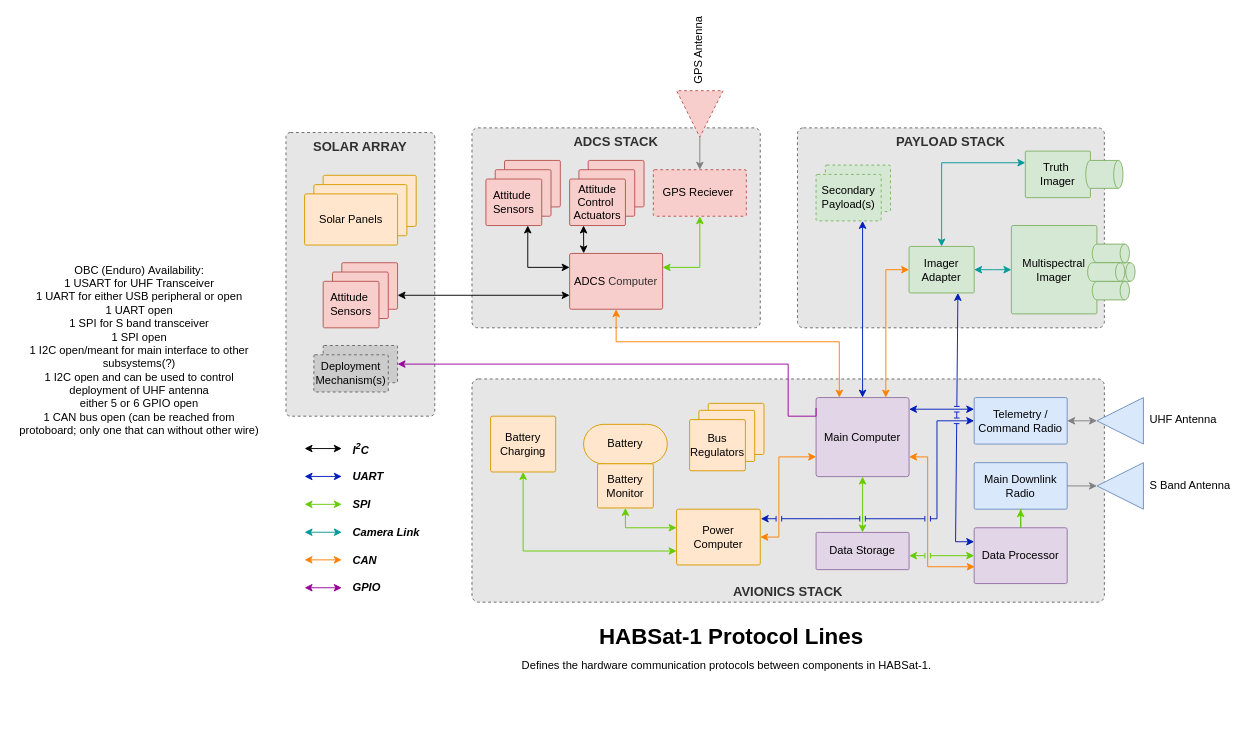
Above: page "Hardware Communication" (3 of 11) of Design_Diagrams/design_diagrams.drawio in mezosauce/CubeCatsSeniorDesign (draw.io), before the change. Source tidied: cells renumbered, new cells numbered last; positions are measured from the earlier drawing's top-left corner, leaving out a move shared by most shapes. Both pictures are drawn from the tidied source at 93%, with x=0, y=0 at pixel (16, 90).
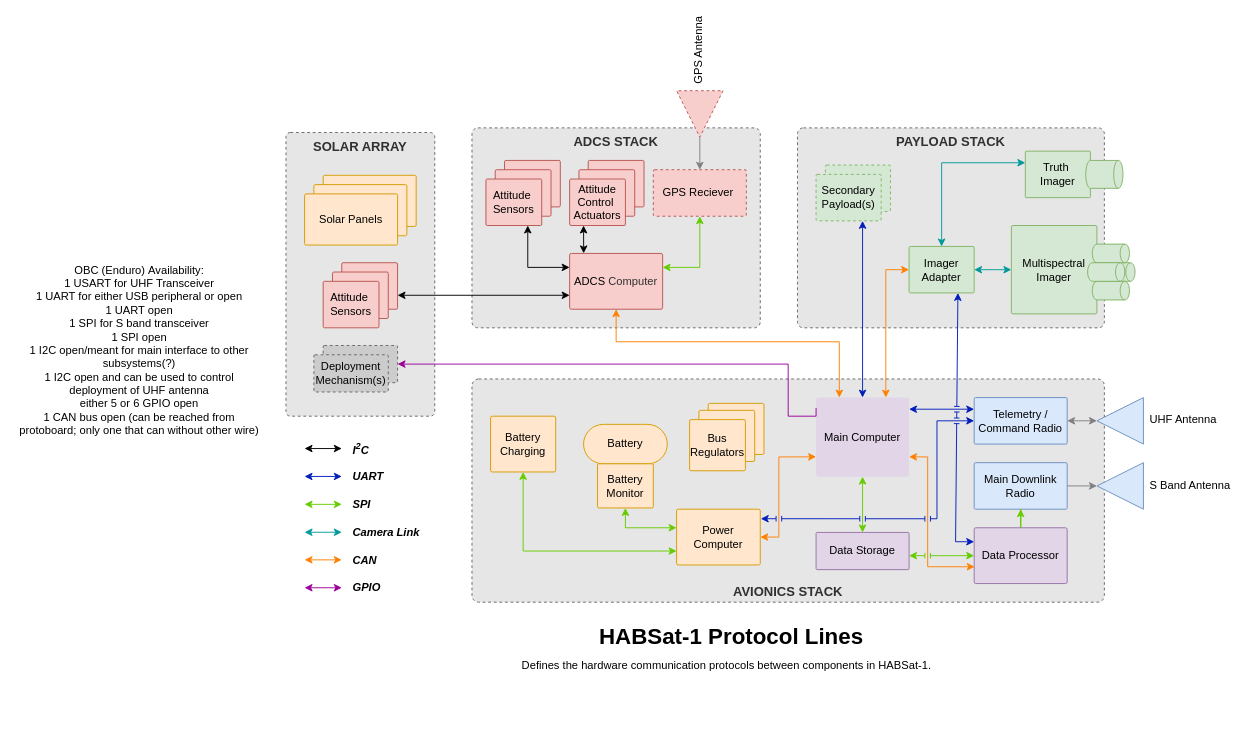
Above is the later version.

Diff of the diagram source:
```diff
@@
-    <mxCell id="7" value="Main Computer" style="rounded=1;whiteSpace=wrap;html=1;arcSize=3;fillColor=#e1d5e7;strokeColor=#9673a6;fontFamily=Helvetica;" parent="1" vertex="1">
+    <mxCell id="7" value="Main Computer" style="rounded=1;whiteSpace=wrap;html=1;arcSize=3;fillColor=#e1d5e7;strokeColor=none;fontFamily=Helvetica;" parent="1" vertex="1">
       <mxGeometry x="860" y="330" width="100" height="85" as="geometry" />
     </mxCell>
```
